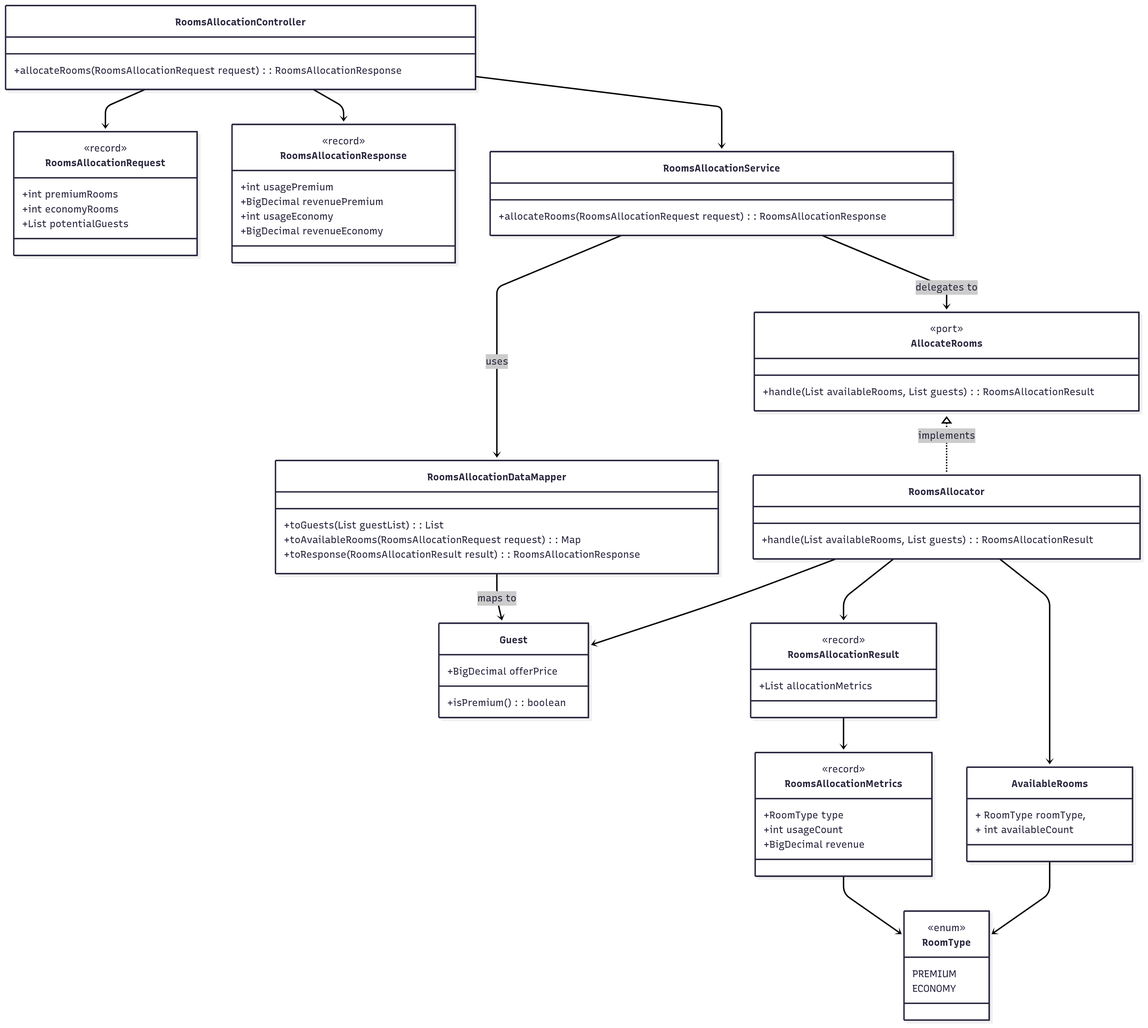
The Mermaid diagram docs/class_diagram.png in egnbjork/HotelRoomAllocation, before a commit. Its source is kept beside it as docs/class_diagram.mmd.
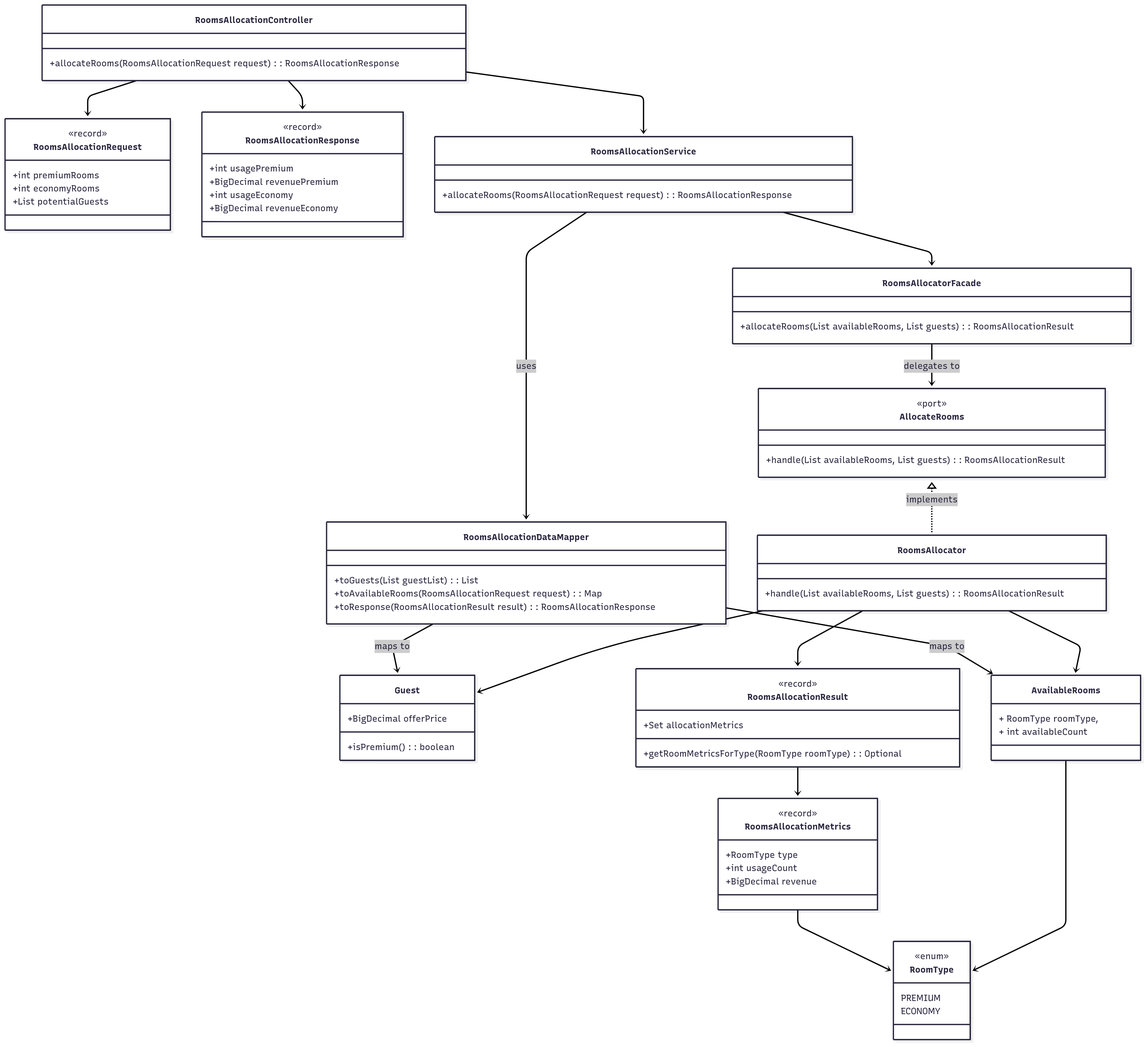
The same file after the commit.

The edit, as a diff of the source:
```diff
@@ -22,6 +22,10 @@
 
     class RoomsAllocationService {
         +allocateRooms(RoomsAllocationRequest request): RoomsAllocationResponse
+    }
+
+    class RoomsAllocatorFacade {
+        +allocateRooms(List<AvailableRooms> availableRooms, List<Guest> guests): RoomsAllocationResult
     }
 
     class RoomsAllocationDataMapper {
@@ -74,7 +78,9 @@
     RoomsAllocationController --> RoomsAllocationService
     RoomsAllocationService --> RoomsAllocationDataMapper :uses
     RoomsAllocationDataMapper --> Guest :maps to
-    RoomsAllocationService --> AllocateRooms :delegates to
+    RoomsAllocationDataMapper --> AvailableRooms :maps to
+    RoomsAllocationService --> RoomsAllocatorFacade
+    RoomsAllocatorFacade --> AllocateRooms :delegates to
     AllocateRooms <|.. RoomsAllocator : implements
     RoomsAllocator --> RoomsAllocationResult
     RoomsAllocationResult --> RoomsAllocationMetrics
```
